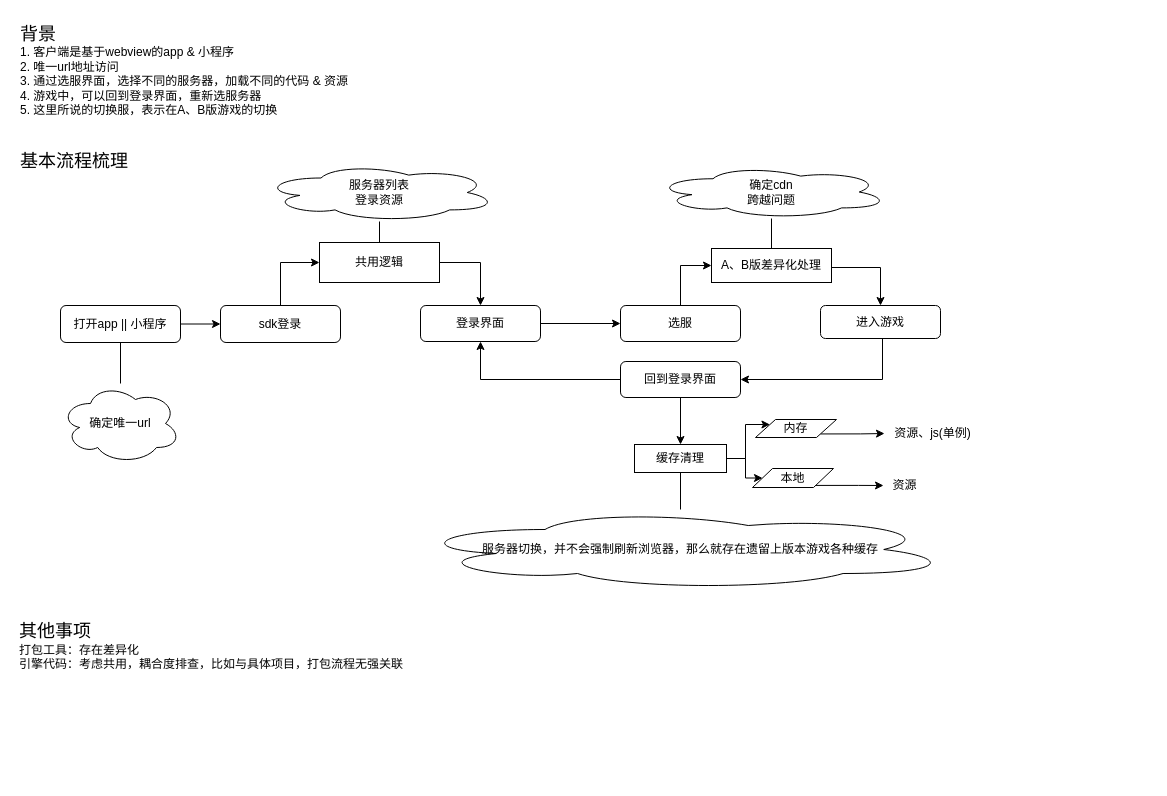
This is page "融合代码" (3 of 3) of aigc/aigc.drawio from breezerzxq/Diagram, a draw.io file, before an edit. Source tidied: cells renumbered, new cells numbered last; positions are measured from the earlier drawing's top-left corner, leaving out a move shared by most shapes. Both pictures are drawn from the tidied source at 100%, with x=0, y=0 at pixel (17, 17).
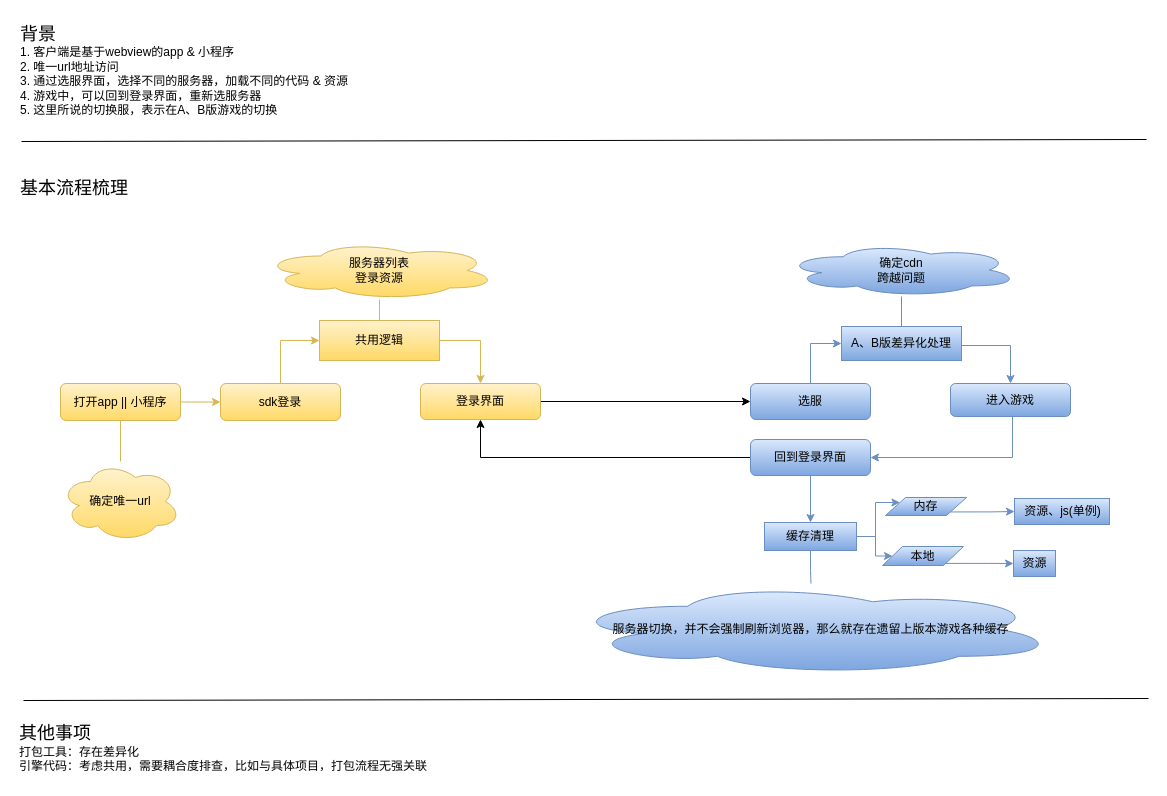
The same page after the edit.

What changed in the source:
```diff
@@
     <mxCell id="3" value="&lt;font style=&quot;font-size: 18px;&quot;&gt;基本流程梳理&lt;/font&gt;" style="text;html=1;align=left;verticalAlign=middle;strokeColor=none;fillColor=none;" parent="1" vertex="1">
-      <mxGeometry x="1" y="127" width="126" height="34" as="geometry" />
+      <mxGeometry x="1" y="154" width="126" height="34" as="geometry" />
     </mxCell>
-    <mxCell id="4" style="edgeStyle=orthogonalEdgeStyle;rounded=0;jettySize=auto;html=1;" parent="1" edge="1" source="6" target="8">
+    <mxCell id="4" style="edgeStyle=orthogonalEdgeStyle;rounded=0;jettySize=auto;html=1;fillColor=#fff2cc;strokeColor=#d6b656;gradientColor=#ffd966;" parent="1" edge="1" source="6" target="8">
       <mxGeometry relative="1" as="geometry" />
     </mxCell>
-    <mxCell id="5" style="edgeStyle=orthogonalEdgeStyle;rounded=0;jettySize=auto;html=1;endArrow=none;endFill=0;" parent="1" edge="1" source="6" target="31">
+    <mxCell id="5" style="edgeStyle=orthogonalEdgeStyle;rounded=0;jettySize=auto;html=1;endArrow=none;endFill=0;fillColor=#fff2cc;strokeColor=#d6b656;gradientColor=#ffd966;" parent="1" edge="1" source="6" target="31">
       <mxGeometry relative="1" as="geometry" />
     </mxCell>
-    <mxCell id="6" value="打开app || 小程序" style="rounded=1;whiteSpace=wrap;html=1;" parent="1" vertex="1">
-      <mxGeometry x="43" y="288" width="120" height="37" as="geometry" />
+    <mxCell id="6" value="打开app || 小程序" style="rounded=1;whiteSpace=wrap;html=1;fillColor=#fff2cc;strokeColor=#d6b656;gradientColor=#ffd966;" parent="1" vertex="1">
+      <mxGeometry x="43" y="366" width="120" height="37" as="geometry" />
     </mxCell>
-    <mxCell id="7" style="edgeStyle=orthogonalEdgeStyle;rounded=0;jettySize=auto;html=1;entryX=0;entryY=0.5;entryDx=0;entryDy=0;" parent="1" edge="1" source="8" target="28">
+    <mxCell id="7" style="edgeStyle=orthogonalEdgeStyle;rounded=0;jettySize=auto;html=1;entryX=0;entryY=0.5;entryDx=0;entryDy=0;fillColor=#fff2cc;strokeColor=#d6b656;gradientColor=#ffd966;" parent="1" edge="1" source="8" target="28">
       <mxGeometry relative="1" as="geometry" />
     </mxCell>
-    <mxCell id="8" value="sdk登录" style="whiteSpace=wrap;html=1;rounded=1;" parent="1" vertex="1">
-      <mxGeometry x="203" y="288" width="120" height="37" as="geometry" />
+    <mxCell id="8" value="sdk登录" style="whiteSpace=wrap;html=1;rounded=1;fillColor=#fff2cc;strokeColor=#d6b656;gradientColor=#ffd966;" parent="1" vertex="1">
+      <mxGeometry x="203" y="366" width="120" height="37" as="geometry" />
     </mxCell>
@@
-    <mxCell id="10" value="登录界面" style="whiteSpace=wrap;html=1;rounded=1;" parent="1" vertex="1">
-      <mxGeometry x="403" y="288" width="120" height="36" as="geometry" />
+    <mxCell id="10" value="登录界面" style="whiteSpace=wrap;html=1;rounded=1;fillColor=#fff2cc;strokeColor=#d6b656;gradientColor=#ffd966;" parent="1" vertex="1">
+      <mxGeometry x="403" y="366" width="120" height="36" as="geometry" />
     </mxCell>
-    <mxCell id="11" style="edgeStyle=orthogonalEdgeStyle;rounded=0;jettySize=auto;html=1;entryX=0;entryY=0.5;entryDx=0;entryDy=0;" parent="1" edge="1" source="12" target="25">
+    <mxCell id="11" style="edgeStyle=orthogonalEdgeStyle;rounded=0;jettySize=auto;html=1;entryX=0;entryY=0.5;entryDx=0;entryDy=0;fillColor=#dae8fc;gradientColor=#7ea6e0;strokeColor=#6c8ebf;" parent="1" edge="1" source="12" target="25">
       <mxGeometry relative="1" as="geometry" />
     </mxCell>
-    <mxCell id="12" value="选服" style="whiteSpace=wrap;html=1;rounded=1;" parent="1" vertex="1">
-      <mxGeometry x="603" y="288" width="120" height="36" as="geometry" />
+    <mxCell id="12" value="选服" style="whiteSpace=wrap;html=1;rounded=1;fillColor=#dae8fc;gradientColor=#7ea6e0;strokeColor=#6c8ebf;" parent="1" vertex="1">
+      <mxGeometry x="733" y="366" width="120" height="36" as="geometry" />
     </mxCell>
-    <mxCell id="13" style="edgeStyle=orthogonalEdgeStyle;rounded=0;jettySize=auto;html=1;entryX=1;entryY=0.5;entryDx=0;entryDy=0;" parent="1" edge="1" source="14" target="17">
+    <mxCell id="13" style="edgeStyle=orthogonalEdgeStyle;rounded=0;jettySize=auto;html=1;entryX=1;entryY=0.5;entryDx=0;entryDy=0;fillColor=#dae8fc;gradientColor=#7ea6e0;strokeColor=#6c8ebf;" parent="1" edge="1" source="14" target="17">
       <mxGeometry relative="1" as="geometry">
         <Array as="points">
-          <mxPoint x="865" y="362" />
+          <mxPoint x="995" y="440" />
         </Array>
       </mxGeometry>
     </mxCell>
-    <mxCell id="14" value="进入游戏" style="whiteSpace=wrap;html=1;rounded=1;" parent="1" vertex="1">
-      <mxGeometry x="803" y="288" width="120" height="33" as="geometry" />
+    <mxCell id="14" value="进入游戏" style="whiteSpace=wrap;html=1;rounded=1;fillColor=#dae8fc;gradientColor=#7ea6e0;strokeColor=#6c8ebf;" parent="1" vertex="1">
+      <mxGeometry x="933" y="366" width="120" height="33" as="geometry" />
     </mxCell>
@@
-    <mxCell id="16" style="edgeStyle=orthogonalEdgeStyle;rounded=0;jettySize=auto;html=1;" parent="1" edge="1" source="17" target="36">
+    <mxCell id="16" style="edgeStyle=orthogonalEdgeStyle;rounded=0;jettySize=auto;html=1;fillColor=#dae8fc;gradientColor=#7ea6e0;strokeColor=#6c8ebf;" parent="1" edge="1" source="17" target="36">
       <mxGeometry relative="1" as="geometry" />
     </mxCell>
-    <mxCell id="17" value="回到登录界面" style="whiteSpace=wrap;html=1;rounded=1;" parent="1" vertex="1">
-      <mxGeometry x="603" y="344" width="120" height="36" as="geometry" />
+    <mxCell id="17" value="回到登录界面" style="whiteSpace=wrap;html=1;rounded=1;fillColor=#dae8fc;gradientColor=#7ea6e0;strokeColor=#6c8ebf;" parent="1" vertex="1">
+      <mxGeometry x="733" y="422" width="120" height="36" as="geometry" />
     </mxCell>
-    <mxCell id="18" style="edgeStyle=orthogonalEdgeStyle;rounded=0;jettySize=auto;html=1;endArrow=none;endFill=0;" parent="1" edge="1" source="36" target="30">
+    <mxCell id="18" style="edgeStyle=orthogonalEdgeStyle;rounded=0;jettySize=auto;html=1;endArrow=none;endFill=0;fillColor=#dae8fc;gradientColor=#7ea6e0;strokeColor=#6c8ebf;" parent="1" edge="1" source="36" target="30">
       <mxGeometry relative="1" as="geometry" />
     </mxCell>
-    <mxCell id="19" style="edgeStyle=orthogonalEdgeStyle;rounded=0;jettySize=auto;html=1;exitX=1;exitY=1;exitDx=0;exitDy=0;" parent="1" edge="1" source="37" target="22">
+    <mxCell id="19" style="edgeStyle=orthogonalEdgeStyle;rounded=0;jettySize=auto;html=1;exitX=1;exitY=1;exitDx=0;exitDy=0;fillColor=#dae8fc;gradientColor=#7ea6e0;strokeColor=#6c8ebf;" parent="1" edge="1" source="37" target="22">
       <mxGeometry relative="1" as="geometry" />
     </mxCell>
-    <mxCell id="20" style="edgeStyle=orthogonalEdgeStyle;rounded=0;jettySize=auto;html=1;exitX=0.665;exitY=0.891;exitDx=0;exitDy=0;exitPerimeter=0;" parent="1" edge="1" source="38" target="21">
+    <mxCell id="20" style="edgeStyle=orthogonalEdgeStyle;rounded=0;jettySize=auto;html=1;exitX=0.665;exitY=0.891;exitDx=0;exitDy=0;exitPerimeter=0;fillColor=#dae8fc;gradientColor=#7ea6e0;strokeColor=#6c8ebf;" parent="1" edge="1" source="38" target="21">
       <mxGeometry relative="1" as="geometry" />
     </mxCell>
-    <mxCell id="21" value="资源" style="text;html=1;align=center;verticalAlign=middle;points=[];strokeColor=none;fillColor=none;" parent="1" vertex="1">
-      <mxGeometry x="866" y="455" width="42" height="26" as="geometry" />
+    <mxCell id="21" value="资源" style="text;html=1;align=center;verticalAlign=middle;points=[];strokeColor=#6c8ebf;fillColor=#dae8fc;gradientColor=#7ea6e0;" parent="1" vertex="1">
+      <mxGeometry x="996" y="533" width="42" height="26" as="geometry" />
     </mxCell>
-    <mxCell id="22" value="资源、js(单例)" style="text;html=1;align=center;verticalAlign=middle;points=[];strokeColor=none;fillColor=none;" parent="1" vertex="1">
-      <mxGeometry x="867" y="403" width="95" height="26" as="geometry" />
+    <mxCell id="22" value="资源、js(单例)" style="text;html=1;align=center;verticalAlign=middle;points=[];strokeColor=#6c8ebf;fillColor=#dae8fc;gradientColor=#7ea6e0;" parent="1" vertex="1">
+      <mxGeometry x="997" y="481" width="95" height="26" as="geometry" />
     </mxCell>
-    <mxCell id="23" style="edgeStyle=orthogonalEdgeStyle;rounded=0;jettySize=auto;html=1;" parent="1" edge="1" source="25" target="14">
+    <mxCell id="23" style="edgeStyle=orthogonalEdgeStyle;rounded=0;jettySize=auto;html=1;fillColor=#dae8fc;gradientColor=#7ea6e0;strokeColor=#6c8ebf;" parent="1" edge="1" source="25" target="14">
       <mxGeometry relative="1" as="geometry">
         <Array as="points">
-          <mxPoint x="863" y="250" />
+          <mxPoint x="993" y="328" />
         </Array>
       </mxGeometry>
     </mxCell>
-    <mxCell id="24" style="edgeStyle=orthogonalEdgeStyle;rounded=0;jettySize=auto;html=1;endArrow=none;endFill=0;" parent="1" edge="1" source="25" target="32">
+    <mxCell id="24" style="edgeStyle=orthogonalEdgeStyle;rounded=0;jettySize=auto;html=1;endArrow=none;endFill=0;fillColor=#dae8fc;gradientColor=#7ea6e0;strokeColor=#6c8ebf;" parent="1" edge="1" source="25" target="32">
       <mxGeometry relative="1" as="geometry" />
     </mxCell>
-    <mxCell id="25" value="A、B版差异化处理" style="whiteSpace=wrap;html=1;" parent="1" vertex="1">
-      <mxGeometry x="694" y="231" width="120" height="34" as="geometry" />
+    <mxCell id="25" value="A、B版差异化处理" style="whiteSpace=wrap;html=1;fillColor=#dae8fc;gradientColor=#7ea6e0;strokeColor=#6c8ebf;" parent="1" vertex="1">
+      <mxGeometry x="824" y="309" width="120" height="34" as="geometry" />
     </mxCell>
-    <mxCell id="26" style="edgeStyle=orthogonalEdgeStyle;rounded=0;jettySize=auto;html=1;" parent="1" edge="1" source="28" target="10">
+    <mxCell id="26" style="edgeStyle=orthogonalEdgeStyle;rounded=0;jettySize=auto;html=1;fillColor=#fff2cc;strokeColor=#d6b656;gradientColor=#ffd966;" parent="1" edge="1" source="28" target="10">
       <mxGeometry relative="1" as="geometry">
         <Array as="points">
-          <mxPoint x="463" y="245" />
+          <mxPoint x="463" y="323" />
         </Array>
       </mxGeometry>
     </mxCell>
-    <mxCell id="27" style="edgeStyle=orthogonalEdgeStyle;rounded=0;jettySize=auto;html=1;endArrow=none;endFill=0;" parent="1" edge="1" source="28" target="33">
+    <mxCell id="27" style="edgeStyle=orthogonalEdgeStyle;rounded=0;jettySize=auto;html=1;endArrow=none;endFill=0;fillColor=#fff2cc;strokeColor=#d6b656;gradientColor=#ffd966;" parent="1" edge="1" source="28" target="33">
       <mxGeometry relative="1" as="geometry" />
     </mxCell>
-    <mxCell id="28" value="共用逻辑" style="whiteSpace=wrap;html=1;" parent="1" vertex="1">
-      <mxGeometry x="302" y="225" width="120" height="40" as="geometry" />
+    <mxCell id="28" value="共用逻辑" style="whiteSpace=wrap;html=1;fillColor=#fff2cc;strokeColor=#d6b656;gradientColor=#ffd966;" parent="1" vertex="1">
+      <mxGeometry x="302" y="303" width="120" height="40" as="geometry" />
     </mxCell>
-    <mxCell id="29" value="&lt;font style=&quot;font-size: 18px;&quot;&gt;其他事项&lt;/font&gt;&lt;br&gt;打包工具：存在差异化&lt;div&gt;引擎代码：考虑共用，耦合度排查，比如与具体项目，打包流程无强关联&lt;/div&gt;" style="text;html=1;align=left;verticalAlign=middle;strokeColor=none;fillColor=none;" parent="1" vertex="1">
-      <mxGeometry y="598" width="402" height="62" as="geometry" />
+    <mxCell id="29" value="&lt;font style=&quot;font-size: 18px;&quot;&gt;其他事项&lt;/font&gt;&lt;br&gt;打包工具：存在差异化&lt;div&gt;引擎代码：考虑共用，需要耦合度排查，比如与具体项目，打包流程无强关联&lt;/div&gt;" style="text;html=1;align=left;verticalAlign=middle;strokeColor=none;fillColor=none;" parent="1" vertex="1">
+      <mxGeometry y="700" width="426" height="62" as="geometry" />
     </mxCell>
-    <mxCell id="30" value="&lt;span style=&quot;text-align: left; text-wrap-mode: nowrap;&quot;&gt;服务器切换，并不会强制刷新浏览器，那么就存在遗留上版本游戏各种缓存&lt;/span&gt;" style="ellipse;shape=cloud;whiteSpace=wrap;html=1;" parent="1" vertex="1">
-      <mxGeometry x="392" y="492" width="542" height="80" as="geometry" />
+    <mxCell id="30" value="&lt;span style=&quot;text-align: left; text-wrap-mode: nowrap;&quot;&gt;服务器切换，并不会强制刷新浏览器，那么就存在遗留上版本游戏各种缓存&lt;/span&gt;" style="ellipse;shape=cloud;whiteSpace=wrap;html=1;fillColor=#dae8fc;gradientColor=#7ea6e0;strokeColor=#6c8ebf;" parent="1" vertex="1">
+      <mxGeometry x="547" y="566" width="493" height="91" as="geometry" />
     </mxCell>
-    <mxCell id="31" value="确定唯一url" style="ellipse;shape=cloud;whiteSpace=wrap;html=1;" parent="1" vertex="1">
-      <mxGeometry x="43" y="366" width="120" height="80" as="geometry" />
+    <mxCell id="31" value="确定唯一url" style="ellipse;shape=cloud;whiteSpace=wrap;html=1;fillColor=#fff2cc;strokeColor=#d6b656;gradientColor=#ffd966;" parent="1" vertex="1">
+      <mxGeometry x="43" y="444" width="120" height="80" as="geometry" />
     </mxCell>
-    <mxCell id="32" value="确定cdn&lt;br&gt;跨越问题" style="ellipse;shape=cloud;whiteSpace=wrap;html=1;" parent="1" vertex="1">
-      <mxGeometry x="637" y="148" width="234" height="53" as="geometry" />
+    <mxCell id="32" value="确定cdn&lt;br&gt;跨越问题" style="ellipse;shape=cloud;whiteSpace=wrap;html=1;fillColor=#dae8fc;gradientColor=#7ea6e0;strokeColor=#6c8ebf;" parent="1" vertex="1">
+      <mxGeometry x="767" y="226" width="234" height="53" as="geometry" />
     </mxCell>
-    <mxCell id="33" value="服务器列表&lt;div&gt;登录资源&lt;/div&gt;" style="ellipse;shape=cloud;whiteSpace=wrap;html=1;" parent="1" vertex="1">
-      <mxGeometry x="245" y="146" width="234" height="58" as="geometry" />
+    <mxCell id="33" value="服务器列表&lt;div&gt;登录资源&lt;/div&gt;" style="ellipse;shape=cloud;whiteSpace=wrap;html=1;fillColor=#fff2cc;strokeColor=#d6b656;gradientColor=#ffd966;" parent="1" vertex="1">
+      <mxGeometry x="245" y="224" width="234" height="58" as="geometry" />
     </mxCell>
-    <mxCell id="34" style="edgeStyle=orthogonalEdgeStyle;rounded=0;jettySize=auto;html=1;" parent="1" edge="1" source="36" target="37">
+    <mxCell id="34" style="edgeStyle=orthogonalEdgeStyle;rounded=0;jettySize=auto;html=1;fillColor=#dae8fc;gradientColor=#7ea6e0;strokeColor=#6c8ebf;" parent="1" edge="1" source="36" target="37">
       <mxGeometry relative="1" as="geometry">
         <Array as="points">
-          <mxPoint x="728" y="441" />
-          <mxPoint x="728" y="407" />
+          <mxPoint x="858" y="519" />
+          <mxPoint x="858" y="485" />
         </Array>
       </mxGeometry>
     </mxCell>
-    <mxCell id="35" style="edgeStyle=orthogonalEdgeStyle;rounded=0;jettySize=auto;html=1;entryX=0;entryY=0.5;entryDx=0;entryDy=0;" parent="1" edge="1" source="36" target="38">
+    <mxCell id="35" style="edgeStyle=orthogonalEdgeStyle;rounded=0;jettySize=auto;html=1;entryX=0;entryY=0.5;entryDx=0;entryDy=0;fillColor=#dae8fc;gradientColor=#7ea6e0;strokeColor=#6c8ebf;" parent="1" edge="1" source="36" target="38">
       <mxGeometry relative="1" as="geometry">
         <Array as="points">
-          <mxPoint x="728" y="441" />
-          <mxPoint x="728" y="461" />
+          <mxPoint x="858" y="519" />
+          <mxPoint x="858" y="539" />
         </Array>
       </mxGeometry>
     </mxCell>
-    <mxCell id="36" value="缓存清理" style="rounded=0;whiteSpace=wrap;html=1;" parent="1" vertex="1">
-      <mxGeometry x="617" y="427" width="92" height="28" as="geometry" />
+    <mxCell id="36" value="缓存清理" style="rounded=0;whiteSpace=wrap;html=1;fillColor=#dae8fc;gradientColor=#7ea6e0;strokeColor=#6c8ebf;" parent="1" vertex="1">
+      <mxGeometry x="747" y="505" width="92" height="28" as="geometry" />
     </mxCell>
-    <mxCell id="37" value="内存" style="shape=parallelogram;perimeter=parallelogramPerimeter;whiteSpace=wrap;html=1;fixedSize=1;" parent="1" vertex="1">
-      <mxGeometry x="738" y="402" width="81" height="18" as="geometry" />
+    <mxCell id="37" value="内存" style="shape=parallelogram;perimeter=parallelogramPerimeter;whiteSpace=wrap;html=1;fixedSize=1;fillColor=#dae8fc;gradientColor=#7ea6e0;strokeColor=#6c8ebf;" parent="1" vertex="1">
+      <mxGeometry x="868" y="480" width="81" height="18" as="geometry" />
     </mxCell>
-    <mxCell id="38" value="&lt;span style=&quot;text-wrap-mode: nowrap;&quot;&gt;本地&lt;/span&gt;" style="shape=parallelogram;perimeter=parallelogramPerimeter;whiteSpace=wrap;html=1;fixedSize=1;" parent="1" vertex="1">
-      <mxGeometry x="735" y="451" width="81" height="19" as="geometry" />
+    <mxCell id="38" value="&lt;span style=&quot;text-wrap-mode: nowrap;&quot;&gt;本地&lt;/span&gt;" style="shape=parallelogram;perimeter=parallelogramPerimeter;whiteSpace=wrap;html=1;fixedSize=1;fillColor=#dae8fc;gradientColor=#7ea6e0;strokeColor=#6c8ebf;" parent="1" vertex="1">
+      <mxGeometry x="865" y="529" width="81" height="19" as="geometry" />
     </mxCell>
+    <mxCell id="39" style="endArrow=none;html=1;rounded=0;" parent="1" edge="1">
+      <mxGeometry relative="1" as="geometry">
+        <mxPoint x="4" y="124" as="sourcePoint" />
+        <mxPoint x="1129" y="122" as="targetPoint" />
+      </mxGeometry>
+    </mxCell>
+    <mxCell id="40" style="endArrow=none;html=1;rounded=0;" parent="1" edge="1">
+      <mxGeometry relative="1" as="geometry">
+        <mxPoint x="6" y="683" as="sourcePoint" />
+        <mxPoint x="1131" y="681" as="targetPoint" />
+      </mxGeometry>
+    </mxCell>
```
